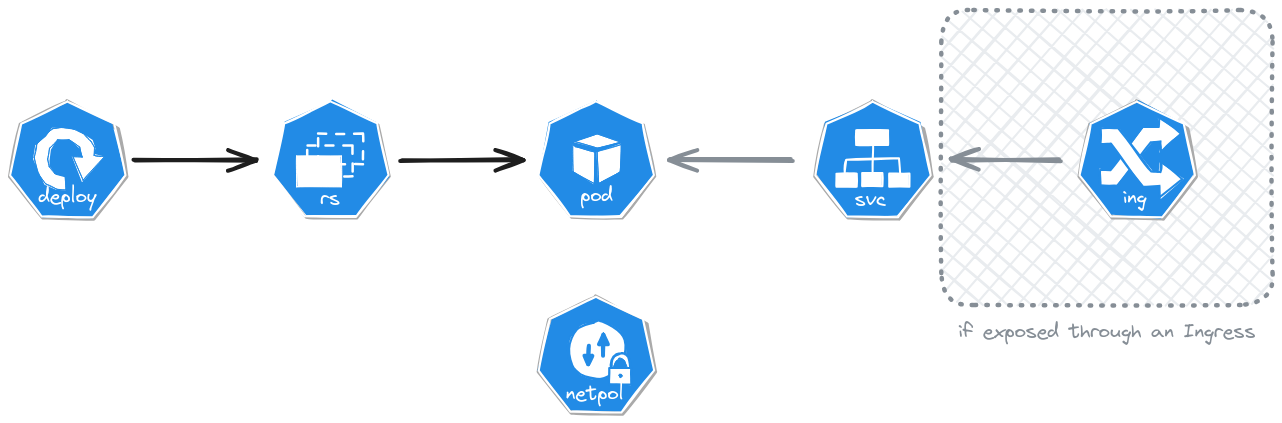
The Excalidraw diagram webdocs/challmaker-guides/software-development-kit/kubernetes-exposedmonopod.excalidraw.png in ctfer-io/chall-manager, before a commit. Source tidied: one line per element, renumbered; positions are measured from the earlier drawing's top-left corner, leaving out a move shared by most shapes.
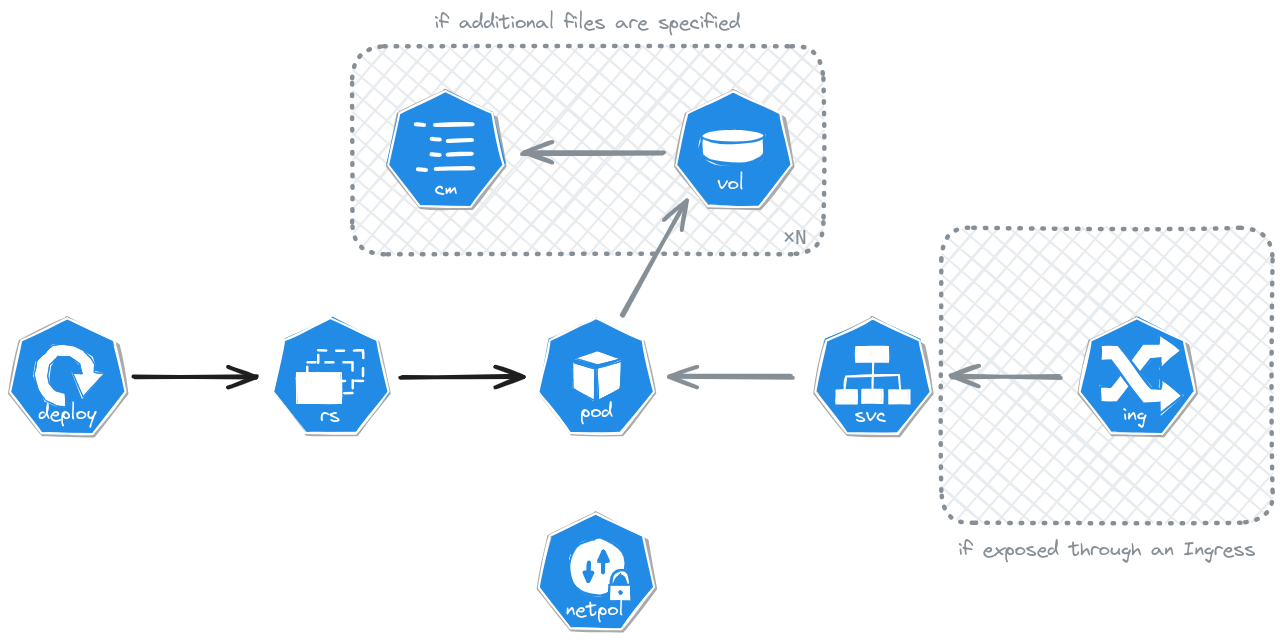
After the commit.

Commit message:
docs(sdk): update ExposedMonopod documentation to fit changes + fix hostname consistency

What changed in the source:
```diff
@@ -1,4 +1,7 @@
+{"id": 46, "type": "rectangle", "strokeColor": "#868e96", "backgroundColor": "#e9ecef", "fillStyle": "cross-hatch", "strokeWidth": 4, "strokeStyle": "dotted", "roughness": 1, "round": true, "x": 342, "y": -181, "width": 471, "height": 208}
+{"id": 47, "type": "text", "text": "×N ", "strokeColor": "#868e96", "strokeWidth": 2, "roughness": 1, "fontSize": 20, "fontFamily": 3, "textAlign": "right", "verticalAlign": "bottom", "inside": 46, "x": 773, "y": -2, "width": 35, "height": 24}
+{"id": 48, "type": "text", "text": "if additional files are specified", "strokeColor": "#868e96", "backgroundColor": "#e9ecef", "fillStyle": "cross-hatch", "strokeWidth": 4, "strokeStyle": "dotted", "roughness": 1, "fontSize": 20, "fontFamily": 1, "textAlign": "center", "x": 425, "y": -217, "width": 306, "height": 25}
-{"id": 0, "type": "rectangle", "strokeColor": "#868e96", "backgroundColor": "#e9ecef", "fillStyle": "cross-hatch", "strokeWidth": 4, "strokeStyle": "dotted", "roughness": 1, "round": true, "x": 931, "y": 0, "width": 331, "height": 295}
+{"id": 0, "type": "rectangle", "strokeColor": "#868e96", "backgroundColor": "#e9ecef", "fillStyle": "cross-hatch", "strokeWidth": 4, "strokeStyle": "dotted", "roughness": 1, "round": true, "x": 931, "y": 1, "width": 331, "height": 295}
 {"id": 1, "type": "line", "strokeColor": "#aaa", "strokeWidth": 2, "roughness": 1, "x": 587, "y": 93, "width": 115, "height": 116, "points": [[0, 0], [-46, 22], [-57, 74], [-26, 115], [26, 116], [58, 74], [47, 22], [0, 0]]}
 {"id": 2, "type": "line", "strokeColor": "#fff", "backgroundColor": "#228be6", "fillStyle": "solid", "strokeWidth": 2, "roughness": 1, "x": 586, "y": 91, "width": 115, "height": 116, "points": [[0, 0], [-46, 22], [-57, 74], [-26, 115], [26, 116], [58, 74], [47, 22], [0, 0]]}
 {"id": 3, "type": "line", "strokeColor": "#228be6", "backgroundColor": "#fff", "fillStyle": "solid", "strokeWidth": 1, "roughness": 1, "x": 563, "y": 135, "width": 22, "height": 39, "points": [[0, 0], [0, 27], [22, 39], [22, 7], [3, 2]]}
@@ -43,4 +46,22 @@
 {"id": 42, "type": "arrow", "strokeColor": "#1e1e1e", "strokeWidth": 4, "roughness": 1, "endArrowhead": "arrow", "round": true, "x": 391, "y": 150, "width": 121, "height": 0, "points": [[0, 0], [121, 0]]}
 {"id": 43, "type": "arrow", "strokeColor": "#868e96", "strokeWidth": 4, "roughness": 1, "endArrowhead": "arrow", "round": true, "x": 1050, "y": 150, "width": 108, "height": 0, "points": [[0, 0], [-108, 0]]}
 {"id": 44, "type": "arrow", "strokeColor": "#868e96", "strokeWidth": 4, "roughness": 1, "endArrowhead": "arrow", "round": true, "x": 781, "y": 150, "width": 121, "height": 0, "points": [[0, 0], [-121, 0]]}
-{"id": 45, "type": "text", "text": "if exposed through an Ingress", "strokeColor": "#868e96", "backgroundColor": "#e9ecef", "fillStyle": "cross-hatch", "strokeWidth": 4, "strokeStyle": "dotted", "roughness": 1, "fontSize": 20, "fontFamily": 1, "x": 949, "y": 309, "width": 297, "height": 25}
+{"id": 45, "type": "text", "text": "if exposed through an Ingress", "strokeColor": "#868e96", "backgroundColor": "#e9ecef", "fillStyle": "cross-hatch", "strokeWidth": 4, "strokeStyle": "dotted", "roughness": 1, "fontSize": 20, "fontFamily": 1, "x": 949, "y": 310, "width": 297, "height": 25}
+{"id": 49, "type": "line", "strokeColor": "#aaa", "strokeWidth": 4, "roughness": 1, "x": 434, "y": -135, "width": 116, "height": 117, "points": [[0, 0], [-45, 22], [-56, 74], [-23, 115], [28, 116], [60, 74], [52, 26], [1, -1]]}
+{"id": 50, "type": "line", "strokeColor": "#fff", "backgroundColor": "#228be6", "fillStyle": "solid", "strokeWidth": 2, "roughness": 1, "x": 435, "y": -136, "width": 115, "height": 116, "points": [[0, 0], [-46, 22], [-57, 74], [-26, 115], [26, 116], [58, 74], [47, 22], [0, 0]]}
+{"id": 51, "type": "line", "strokeColor": "#fff", "backgroundColor": "#fff", "fillStyle": "solid", "strokeWidth": 4, "roughness": 1, "x": 425, "y": -102, "width": 38, "height": 1, "points": [[0, 0], [38, -1]]}
+{"id": 52, "type": "line", "strokeColor": "#fff", "backgroundColor": "#fff", "fillStyle": "solid", "strokeWidth": 4, "roughness": 1, "x": 426, "y": -58, "width": 38, "height": 1, "points": [[0, 0], [38, -1]]}
+{"id": 53, "type": "line", "strokeColor": "#fff", "backgroundColor": "#fff", "fillStyle": "solid", "strokeWidth": 4, "roughness": 1, "x": 438, "y": -72, "width": 24, "height": 1, "points": [[0, 0], [24, -1]]}
+{"id": 54, "type": "line", "strokeColor": "#fff", "backgroundColor": "#fff", "fillStyle": "solid", "strokeWidth": 4, "roughness": 1, "x": 438, "y": -86, "width": 24, "height": 1, "points": [[0, 0], [24, -1]]}
+{"id": 55, "type": "line", "strokeColor": "#fff", "backgroundColor": "#fff", "fillStyle": "solid", "strokeWidth": 4, "roughness": 1, "x": 406, "y": -103, "width": 8, "height": 1, "points": [[0, 0], [8, 1]]}
+{"id": 56, "type": "line", "strokeColor": "#fff", "backgroundColor": "#fff", "fillStyle": "solid", "strokeWidth": 4, "roughness": 1, "x": 422, "y": -88, "width": 8, "height": 1, "points": [[0, 0], [8, 1]]}
+{"id": 57, "type": "line", "strokeColor": "#fff", "backgroundColor": "#fff", "fillStyle": "solid", "strokeWidth": 4, "roughness": 1, "x": 421, "y": -73, "width": 8, "height": 1, "points": [[0, 0], [8, 1]]}
+{"id": 58, "type": "line", "strokeColor": "#fff", "backgroundColor": "#fff", "fillStyle": "solid", "strokeWidth": 4, "roughness": 1, "x": 408, "y": -58, "width": 8, "height": 1, "points": [[0, 0], [8, 1]]}
+{"id": 59, "type": "text", "text": "cm", "strokeColor": "#fff", "strokeWidth": 2, "roughness": 1, "fontSize": 20, "fontFamily": 1, "textAlign": "center", "x": 425, "y": -51, "width": 23, "height": 25}
+{"id": 60, "type": "line", "strokeColor": "#aaa", "strokeWidth": 4, "roughness": 1, "x": 722, "y": -135, "width": 116, "height": 117, "points": [[0, 0], [-45, 22], [-56, 74], [-23, 115], [28, 116], [60, 74], [52, 26], [1, -1]]}
+{"id": 61, "type": "line", "strokeColor": "#fff", "backgroundColor": "#228be6", "fillStyle": "solid", "strokeWidth": 2, "roughness": 1, "x": 723, "y": -135, "width": 115, "height": 116, "points": [[0, 0], [-46, 22], [-57, 74], [-26, 115], [26, 116], [58, 74], [47, 22], [0, 0]]}
+{"id": 62, "type": "line", "strokeColor": "#228be6", "backgroundColor": "#fff", "fillStyle": "solid", "strokeWidth": 2, "roughness": 1, "round": true, "x": 691, "y": -90, "width": 65, "height": 30, "points": [[0, 0], [-1, 12], [4, 21], [21, 27], [45, 27], [60, 22], [63, 13], [63, 5], [62, -1], [42, -3], [0, -1]]}
+{"id": 63, "type": "ellipse", "strokeColor": "#228be6", "backgroundColor": "#fff", "fillStyle": "solid", "strokeWidth": 2, "roughness": 1, "round": true, "x": 691, "y": -98, "width": 64, "height": 15}
+{"id": 64, "type": "text", "text": "vol", "strokeColor": "#fff", "strokeWidth": 2, "roughness": 1, "fontSize": 20, "fontFamily": 1, "textAlign": "center", "x": 707, "y": -56, "width": 27, "height": 25}
+{"id": 65, "type": "arrow", "strokeColor": "#868e96", "strokeWidth": 4, "roughness": 1, "endArrowhead": "arrow", "round": true, "x": 612, "y": 89, "width": 63, "height": 114, "points": [[0, 0], [63, -114]]}
+{"id": 66, "type": "arrow", "strokeColor": "#868e96", "strokeWidth": 4, "roughness": 1, "endArrowhead": "arrow", "round": true, "x": 654, "y": -73, "width": 141, "height": 0, "points": [[0, 0], [-141, 0]]}
```
